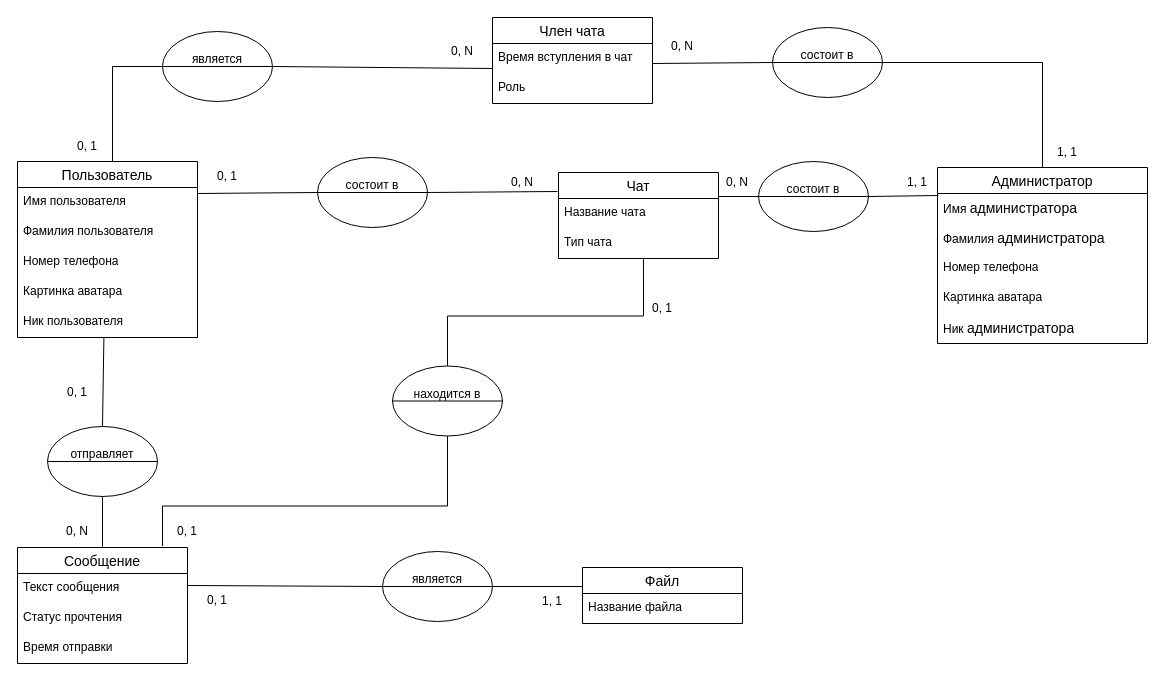
The draw.io diagram Диаграмма без названия.drawio in marsek4/database, before the edit. Source tidied: cells renumbered, new cells numbered last; positions are measured from the earlier drawing's top-left corner, leaving out a move shared by most shapes. Both pictures are drawn from the tidied source at 100%, with x=0, y=0 at pixel (17, 17).
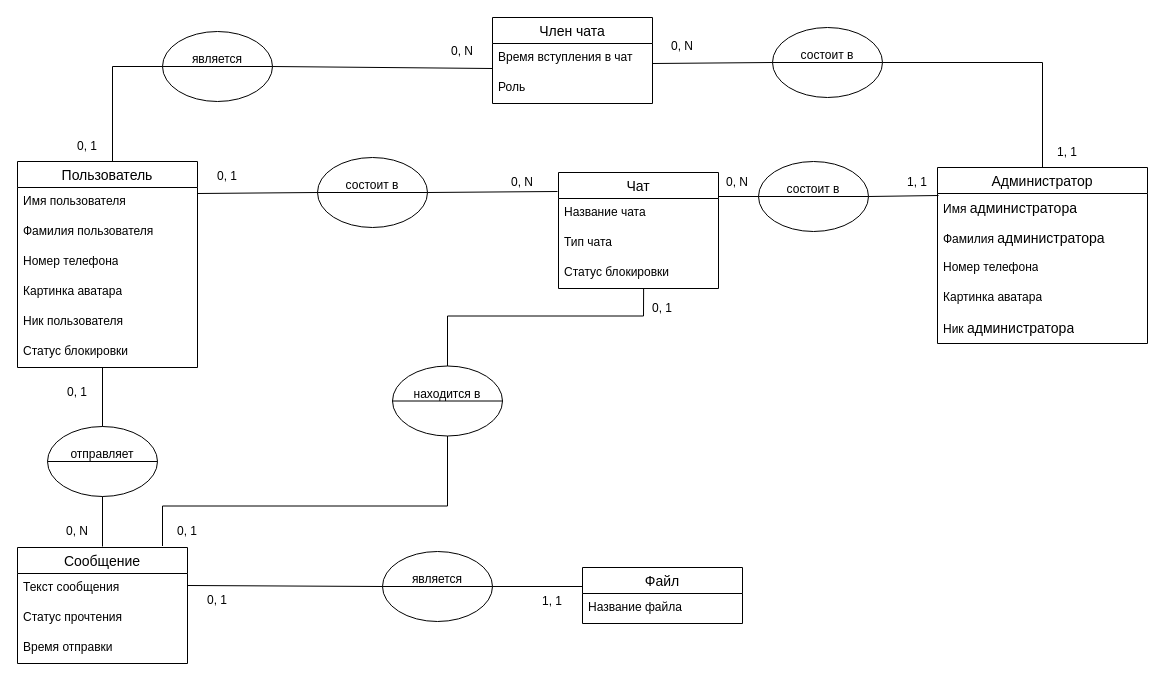
Above is the later version.

The change refers to these unchanged cells:
```xml
<mxCell id="7" value="Тип чата" style="text;strokeColor=none;fillColor=none;spacingLeft=4;spacingRight=4;overflow=hidden;points=[[0,0.5],[1,0.5]];portConstraint=eastwest;fontSize=12;whiteSpace=wrap;html=1;" parent="5" vertex="1">
  <mxGeometry y="56" width="160" height="30" as="geometry" />
</mxCell>
<mxCell id="13" value="Ник пользователя" style="text;strokeColor=none;fillColor=none;spacingLeft=4;spacingRight=4;overflow=hidden;points=[[0,0.5],[1,0.5]];portConstraint=eastwest;fontSize=12;whiteSpace=wrap;html=1;" parent="8" vertex="1">
  <mxGeometry y="146" width="180" height="30" as="geometry" />
</mxCell>
<mxCell id="32" value="отправляет&lt;div&gt;&lt;br/&gt;&lt;/div&gt;" style="ellipse;whiteSpace=wrap;html=1;" parent="1" vertex="1">
  <mxGeometry x="30" y="409" width="110" height="70" as="geometry" />
</mxCell>
<mxCell id="50" value="находится в&lt;div&gt;&lt;br/&gt;&lt;/div&gt;" style="ellipse;whiteSpace=wrap;html=1;" parent="1" vertex="1">
  <mxGeometry x="375" y="348.5" width="110" height="70" as="geometry" />
</mxCell>
```

What changed in the source:
```diff
@@
     <mxCell id="5" value="Чат" style="swimlane;fontStyle=0;horizontal=1;startSize=26;align=center;fontSize=14;" parent="1" vertex="1">
-      <mxGeometry x="541" y="155" width="160" height="86" as="geometry" />
+      <mxGeometry x="541" y="155" width="160" height="116" as="geometry" />
     </mxCell>
@@
+    <mxCell id="68" value="Статус блокировки" style="text;strokeColor=none;fillColor=none;spacingLeft=4;spacingRight=4;overflow=hidden;points=[[0,0.5],[1,0.5]];portConstraint=eastwest;fontSize=12;whiteSpace=wrap;html=1;" parent="5" vertex="1">
+      <mxGeometry y="86" width="160" height="30" as="geometry" />
+    </mxCell>
     <mxCell id="8" value="Пользователь" style="swimlane;fontStyle=0;horizontal=1;startSize=26;align=center;fontSize=14;" parent="1" vertex="1">
-      <mxGeometry y="144" width="180" height="176" as="geometry" />
+      <mxGeometry y="144" width="180" height="206" as="geometry" />
     </mxCell>
@@
+    <mxCell id="69" value="Статус блокировки" style="text;strokeColor=none;fillColor=none;spacingLeft=4;spacingRight=4;overflow=hidden;fontSize=12;whiteSpace=wrap;html=1;" parent="8" vertex="1">
+      <mxGeometry y="176" width="180" height="30" as="geometry" />
+    </mxCell>
@@
-    <mxCell id="34" style="endArrow=none;html=1;rounded=0;exitX=0.5;exitY=0;exitDx=0;exitDy=0;entryX=0.48;entryY=1.007;entryDx=0;entryDy=0;entryPerimeter=0;" parent="1" edge="1" source="32" target="13">
-      <mxGeometry relative="1" as="geometry" />
+    <mxCell id="34" style="endArrow=none;html=1;rounded=0;exitX=0.5;exitY=0;exitDx=0;exitDy=0;" parent="1" edge="1" source="32">
+      <mxGeometry relative="1" as="geometry">
+        <mxPoint x="85" y="350" as="targetPoint" />
+      </mxGeometry>
     </mxCell>
@@
-    <mxCell id="53" style="endArrow=none;html=1;rounded=0;exitX=0.5;exitY=0;exitDx=0;exitDy=0;entryX=0.531;entryY=1.027;entryDx=0;entryDy=0;entryPerimeter=0;" parent="1" edge="1" source="50" target="7">
+    <mxCell id="53" style="endArrow=none;html=1;rounded=0;exitX=0.5;exitY=0;exitDx=0;exitDy=0;entryX=0.532;entryY=1.014;entryDx=0;entryDy=0;entryPerimeter=0;" parent="1" edge="1" source="50" target="68">
       <mxGeometry relative="1" as="geometry">
         <Array as="points">
           <mxPoint x="430" y="298.5" />
           <mxPoint x="626" y="298.5" />
         </Array>
       </mxGeometry>
     </mxCell>
```
